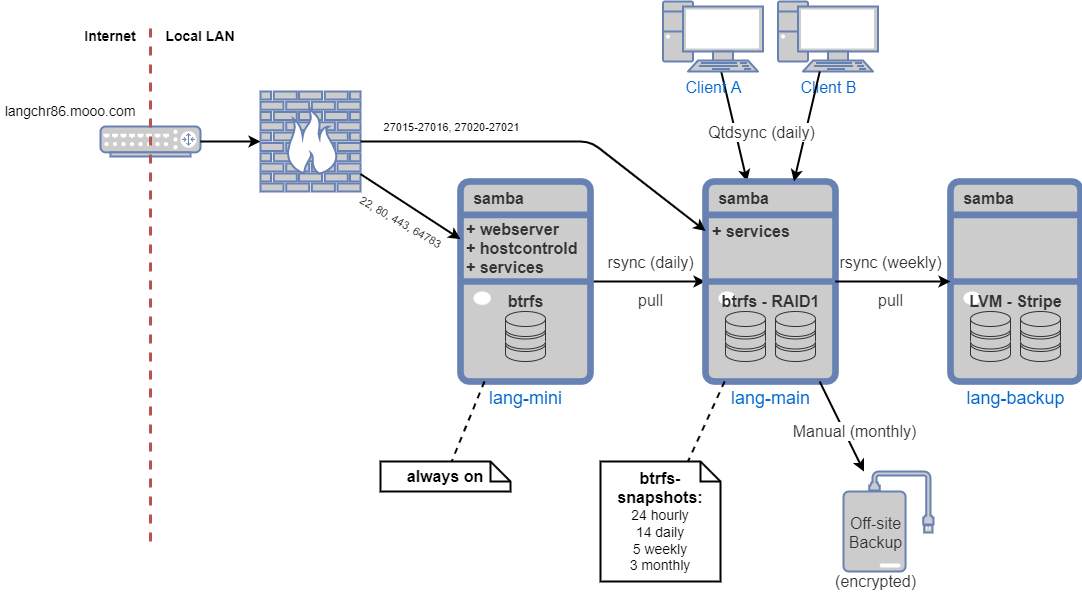
The draw.io diagram docs/images/infrastructure_overview.png in langchr86/server-config, before a commit. Source tidied: cells renumbered, new cells last; positions are measured from the earlier drawing's top-left corner, leaving out a move shared by most shapes.
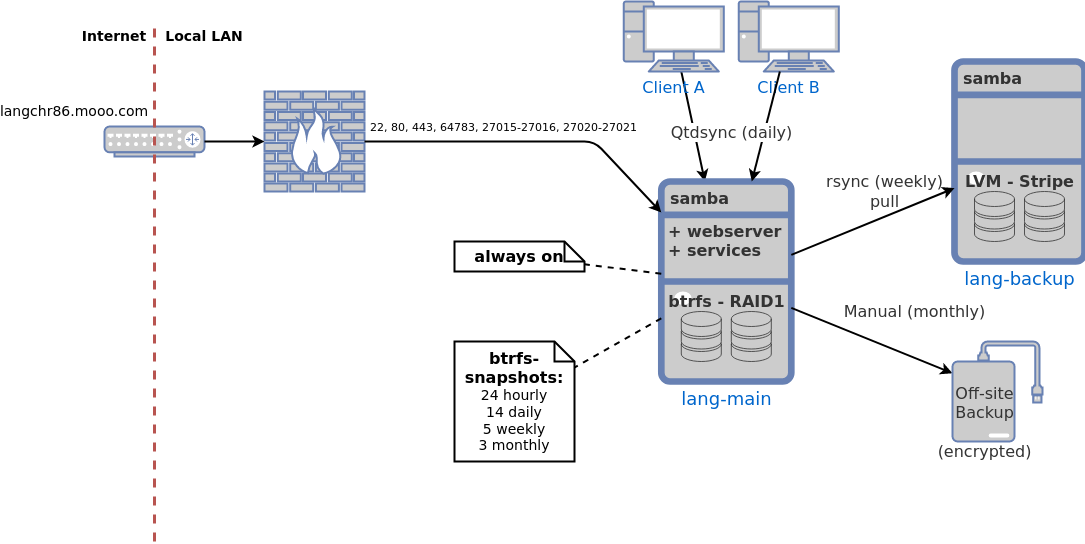
After the change.

Commit message:
- remove everything left from lang-mini

Change to the diagram source:
```diff
@@ -2,83 +2,62 @@
   <root>
     <mxCell id="0" />
     <mxCell id="1" parent="0" />
-    <mxCell id="2" value="rsync (daily)&lt;br&gt;&lt;br&gt;pull" style="endArrow=classic;html=1;fontSize=16;fontColor=#333333;strokeWidth=2;labelBackgroundColor=none;" parent="1" edge="1" source="22" target="6">
-      <mxGeometry x="0.04" relative="1" as="geometry" />
-    </mxCell>
     <mxCell id="3" style="endArrow=classic;html=1;strokeWidth=2;fontSize=16;fontColor=#333333;" parent="1" edge="1" source="4" target="6">
       <mxGeometry relative="1" as="geometry" />
     </mxCell>
     <mxCell id="4" value="Client A" style="fontColor=#0066CC;verticalAlign=top;verticalLabelPosition=bottom;labelPosition=center;align=center;html=1;outlineConnect=0;fillColor=#CCCCCC;strokeColor=#6881B3;gradientColor=none;gradientDirection=north;strokeWidth=2;shape=mxgraph.networks.pc;fontSize=16;" parent="1" vertex="1">
-      <mxGeometry x="662.5" width="100" height="70" as="geometry" />
+      <mxGeometry x="619.3" width="100" height="70" as="geometry" />
     </mxCell>
     <mxCell id="5" value="Client B" style="fontColor=#0066CC;verticalAlign=top;verticalLabelPosition=bottom;labelPosition=center;align=center;html=1;outlineConnect=0;fillColor=#CCCCCC;strokeColor=#6881B3;gradientColor=none;gradientDirection=north;strokeWidth=2;shape=mxgraph.networks.pc;fontSize=16;" parent="1" vertex="1">
-      <mxGeometry x="777.5" width="100" height="70" as="geometry" />
+      <mxGeometry x="734.3" width="100" height="70" as="geometry" />
     </mxCell>
     <mxCell id="6" value="&lt;font style=&quot;font-size: 18px&quot;&gt;lang-main&lt;/font&gt;" style="fontColor=#0066CC;verticalAlign=top;verticalLabelPosition=bottom;labelPosition=center;align=center;html=1;outlineConnect=0;fillColor=#CCCCCC;strokeColor=#6881B3;gradientColor=none;gradientDirection=north;strokeWidth=2;shape=mxgraph.networks.desktop_pc;" parent="1" vertex="1">
-      <mxGeometry x="705" y="180" width="130" height="200" as="geometry" />
+      <mxGeometry x="656.8" y="180" width="130" height="200" as="geometry" />
     </mxCell>
     <mxCell id="7" style="fontColor=#333333;verticalAlign=top;verticalLabelPosition=bottom;labelPosition=center;align=center;html=1;fillColor=#CCCCCC;strokeColor=#333333;gradientColor=none;gradientDirection=north;strokeWidth=4;shape=mxgraph.networks.storage;labelBackgroundColor=none;" parent="1" vertex="1">
-      <mxGeometry x="775" y="310" width="40" height="50" as="geometry" />
+      <mxGeometry x="726.8" y="310" width="40" height="50" as="geometry" />
     </mxCell>
     <mxCell id="8" style="fontColor=#333333;verticalAlign=top;verticalLabelPosition=bottom;labelPosition=center;align=center;html=1;fillColor=#CCCCCC;strokeColor=#333333;gradientColor=none;gradientDirection=north;strokeWidth=4;shape=mxgraph.networks.storage;labelBackgroundColor=none;" parent="1" vertex="1">
-      <mxGeometry x="725" y="310" width="40" height="50" as="geometry" />
+      <mxGeometry x="676.8" y="310" width="40" height="50" as="geometry" />
     </mxCell>
     <mxCell id="9" value="btrfs - RAID1" style="text;html=1;align=center;verticalAlign=middle;fontSize=16;fontColor=#333333;fontStyle=1;" parent="1" vertex="1">
-      <mxGeometry x="715" y="290" width="110" height="20" as="geometry" />
+      <mxGeometry x="666.8" y="290" width="110" height="20" as="geometry" />
     </mxCell>
-    <mxCell id="10" style="fontColor=#0066CC;verticalAlign=top;verticalLabelPosition=bottom;labelPosition=center;align=center;html=1;outlineConnect=0;fillColor=#CCCCCC;strokeColor=#6881B3;gradientColor=none;gradientDirection=north;strokeWidth=2;shape=mxgraph.networks.external_storage;labelBackgroundColor=none;" parent="1" vertex="1">
-      <mxGeometry x="843" y="470" width="90" height="100" as="geometry" />
-    </mxCell>
-    <mxCell id="11" value="Off-site&lt;br&gt;Backup&lt;br&gt;&lt;br&gt;(encrypted)" style="text;html=1;align=center;verticalAlign=middle;fontSize=16;fontColor=#333333;" parent="1" vertex="1">
-      <mxGeometry x="825" y="511" width="100" height="80" as="geometry" />
-    </mxCell>
     <mxCell id="12" value="Manual (monthly)" style="endArrow=classic;html=1;fontSize=16;fontColor=#333333;strokeWidth=2;" parent="1" edge="1" source="6" target="10">
-      <mxGeometry x="0.2" y="9" relative="1" as="geometry" />
+      <mxGeometry x="0.33" y="43" relative="1" as="geometry" />
     </mxCell>
     <mxCell id="13" style="endArrow=classic;html=1;strokeWidth=2;fontSize=16;fontColor=#333333;" parent="1" edge="1" source="5" target="6">
       <mxGeometry relative="1" as="geometry" />
     </mxCell>
     <mxCell id="14" value="Qtdsync (daily)" style="text;html=1;align=center;verticalAlign=middle;labelBackgroundColor=#ffffff;fontSize=16;fontColor=#333333;" parent="13" vertex="1">
       <mxGeometry x="-0.32" y="3" relative="1" as="geometry">
-        <mxPoint x="-53" y="23" as="offset" />
+        <mxPoint x="-42" y="23" as="offset" />
       </mxGeometry>
     </mxCell>
     <mxCell id="15" value="&lt;font style=&quot;font-size: 16px&quot;&gt;&lt;b&gt;btrfs-snapshots:&lt;/b&gt;&lt;/font&gt;&lt;br&gt;24 hourly&lt;br&gt;14 daily&lt;br&gt;5 weekly&lt;br&gt;3 monthly" style="shape=note;strokeWidth=2;fontSize=14;size=20;whiteSpace=wrap;html=1;labelBackgroundColor=none;" parent="1" vertex="1">
-      <mxGeometry x="600" y="460" width="120" height="120" as="geometry" />
+      <mxGeometry x="450" y="340" width="120" height="120" as="geometry" />
     </mxCell>
     <mxCell id="16" style="endArrow=none;dashed=1;html=1;strokeWidth=2;fontSize=16;fontColor=#333333;" parent="1" edge="1" source="6" target="15">
       <mxGeometry relative="1" as="geometry" />
     </mxCell>
     <mxCell id="17" value="&lt;font style=&quot;font-size: 18px&quot;&gt;lang-backup&lt;/font&gt;" style="fontColor=#0066CC;verticalAlign=top;verticalLabelPosition=bottom;labelPosition=center;align=center;html=1;outlineConnect=0;fillColor=#CCCCCC;strokeColor=#6881B3;gradientColor=none;gradientDirection=north;strokeWidth=2;shape=mxgraph.networks.desktop_pc;" parent="1" vertex="1">
-      <mxGeometry x="950" y="180" width="130" height="200" as="geometry" />
+      <mxGeometry x="950" y="60" width="130" height="200" as="geometry" />
     </mxCell>
     <mxCell id="18" style="fontColor=#333333;verticalAlign=top;verticalLabelPosition=bottom;labelPosition=center;align=center;html=1;fillColor=#CCCCCC;strokeColor=#333333;gradientColor=none;gradientDirection=north;strokeWidth=4;shape=mxgraph.networks.storage;labelBackgroundColor=none;" parent="1" vertex="1">
-      <mxGeometry x="1020" y="310" width="40" height="50" as="geometry" />
+      <mxGeometry x="1020" y="190" width="40" height="50" as="geometry" />
     </mxCell>
     <mxCell id="19" style="fontColor=#333333;verticalAlign=top;verticalLabelPosition=bottom;labelPosition=center;align=center;html=1;fillColor=#CCCCCC;strokeColor=#333333;gradientColor=none;gradientDirection=north;strokeWidth=4;shape=mxgraph.networks.storage;labelBackgroundColor=none;" parent="1" vertex="1">
-      <mxGeometry x="970" y="310" width="40" height="50" as="geometry" />
+      <mxGeometry x="970" y="190" width="40" height="50" as="geometry" />
     </mxCell>
     <mxCell id="20" value="LVM - Stripe" style="text;html=1;align=center;verticalAlign=middle;fontSize=16;fontColor=#333333;fontStyle=1;" parent="1" vertex="1">
-      <mxGeometry x="960" y="290" width="110" height="20" as="geometry" />
+      <mxGeometry x="960" y="170" width="110" height="20" as="geometry" />
     </mxCell>
-    <mxCell id="21" value="rsync (weekly)&lt;br&gt;&lt;br&gt;pull" style="endArrow=classic;html=1;fontSize=16;fontColor=#333333;strokeWidth=2;labelBackgroundColor=none;" parent="1" edge="1" source="6" target="17">
-      <mxGeometry x="-0.04" relative="1" as="geometry" />
+    <mxCell id="21" value="rsync (weekly)&lt;br&gt;pull" style="endArrow=classic;html=1;fontSize=16;fontColor=#333333;strokeWidth=2;labelBackgroundColor=none;" parent="1" edge="1" source="6" target="17">
+      <mxGeometry x="0.25" y="23" relative="1" as="geometry" />
     </mxCell>
-    <mxCell id="22" value="&lt;font style=&quot;font-size: 18px&quot;&gt;lang-mini&lt;/font&gt;" style="fontColor=#0066CC;verticalAlign=top;verticalLabelPosition=bottom;labelPosition=center;align=center;html=1;outlineConnect=0;fillColor=#CCCCCC;strokeColor=#6881B3;gradientColor=none;gradientDirection=north;strokeWidth=2;shape=mxgraph.networks.desktop_pc;" parent="1" vertex="1">
-      <mxGeometry x="460" y="180" width="130" height="200" as="geometry" />
-    </mxCell>
-    <mxCell id="23" style="fontColor=#333333;verticalAlign=top;verticalLabelPosition=bottom;labelPosition=center;align=center;html=1;fillColor=#CCCCCC;strokeColor=#333333;gradientColor=none;gradientDirection=north;strokeWidth=4;shape=mxgraph.networks.storage;labelBackgroundColor=none;" parent="1" vertex="1">
-      <mxGeometry x="505" y="310" width="40" height="50" as="geometry" />
-    </mxCell>
-    <mxCell id="24" value="btrfs" style="text;html=1;align=center;verticalAlign=middle;fontSize=16;fontColor=#333333;fontStyle=1;" parent="1" vertex="1">
-      <mxGeometry x="500" y="290" width="50" height="20" as="geometry" />
-    </mxCell>
     <mxCell id="25" value="samba" style="text;html=1;align=center;verticalAlign=middle;fontSize=16;fontColor=#333333;fontStyle=1;" parent="1" vertex="1">
-      <mxGeometry x="953" y="187" width="70" height="20" as="geometry" />
+      <mxGeometry x="953" y="67" width="70" height="20" as="geometry" />
     </mxCell>
-    <mxCell id="26" value="+ webserver&lt;br&gt;+ hostcontrold&lt;br&gt;+ services" style="text;html=1;align=left;verticalAlign=top;fontSize=16;fontColor=#333333;fontStyle=1;labelPosition=center;verticalLabelPosition=middle;" parent="1" vertex="1">
-      <mxGeometry x="464" y="212" width="130" height="60" as="geometry" />
-    </mxCell>
     <mxCell id="27" style="fontColor=#0066CC;verticalAlign=top;verticalLabelPosition=bottom;labelPosition=center;align=center;html=1;outlineConnect=0;fillColor=#CCCCCC;strokeColor=#6881B3;gradientColor=none;gradientDirection=north;strokeWidth=2;shape=mxgraph.networks.router;" parent="1" vertex="1">
       <mxGeometry x="100" y="125" width="100" height="30" as="geometry" />
     </mxCell>
@@ -95,32 +74,21 @@
         </Array>
       </mxGeometry>
     </mxCell>
-    <mxCell id="31" value="27015-27016, 27020-27021" style="edgeLabel;html=1;align=center;verticalAlign=middle;" parent="30" vertex="1">
+    <mxCell id="31" value="22, 80, 443, 64783, 27015-27016, 27020-27021" style="edgeLabel;html=1;align=center;verticalAlign=middle;" parent="30" vertex="1">
       <mxGeometry x="-0.69" y="4" relative="1" as="geometry">
-        <mxPoint x="32" y="-11" as="offset" />
+        <mxPoint x="87" y="-11" as="offset" />
       </mxGeometry>
     </mxCell>
-    <mxCell id="32" style="endArrow=classic;html=1;fontSize=16;fontColor=#333333;strokeWidth=2;labelBackgroundColor=none;" parent="1" edge="1" source="28" target="22">
-      <mxGeometry x="-0.65" y="-70" relative="1" as="geometry" />
-    </mxCell>
-    <mxCell id="33" value="22, 80, 443, 64783" style="edgeLabel;html=1;align=center;verticalAlign=middle;rotation=30;" parent="32" vertex="1">
-      <mxGeometry x="-0.3" relative="1" as="geometry">
-        <mxPoint x="5" y="25" as="offset" />
-      </mxGeometry>
-    </mxCell>
-    <mxCell id="34" value="+&amp;nbsp;services" style="text;html=1;align=left;verticalAlign=top;fontSize=16;fontColor=#333333;fontStyle=1;labelPosition=center;verticalLabelPosition=middle;" parent="1" vertex="1">
-      <mxGeometry x="710" y="214" width="90" height="20" as="geometry" />
+    <mxCell id="34" value="+ webserver&lt;br&gt;+&amp;nbsp;services" style="text;html=1;align=left;verticalAlign=top;fontSize=16;fontColor=#333333;fontStyle=1;labelPosition=center;verticalLabelPosition=middle;" parent="1" vertex="1">
+      <mxGeometry x="661.8" y="214" width="130" height="40" as="geometry" />
     </mxCell>
     <mxCell id="35" value="samba" style="text;html=1;align=center;verticalAlign=middle;fontSize=16;fontColor=#333333;fontStyle=1;" parent="1" vertex="1">
-      <mxGeometry x="708" y="187" width="70" height="20" as="geometry" />
+      <mxGeometry x="659.8" y="187" width="70" height="20" as="geometry" />
     </mxCell>
-    <mxCell id="36" value="samba" style="text;html=1;align=center;verticalAlign=middle;fontSize=16;fontColor=#333333;fontStyle=1;" parent="1" vertex="1">
-      <mxGeometry x="463" y="187" width="70" height="20" as="geometry" />
-    </mxCell>
     <mxCell id="37" value="&lt;span style=&quot;font-size: 16px&quot;&gt;&lt;b&gt;always on&lt;/b&gt;&lt;/span&gt;" style="shape=note;strokeWidth=2;fontSize=14;size=20;whiteSpace=wrap;html=1;labelBackgroundColor=none;" parent="1" vertex="1">
-      <mxGeometry x="380" y="460" width="130" height="30" as="geometry" />
+      <mxGeometry x="450" y="240" width="130" height="30" as="geometry" />
     </mxCell>
-    <mxCell id="38" style="endArrow=none;dashed=1;html=1;strokeWidth=2;fontSize=16;fontColor=#333333;" parent="1" edge="1" source="22" target="37">
+    <mxCell id="38" style="endArrow=none;dashed=1;html=1;strokeWidth=2;fontSize=16;fontColor=#333333;" parent="1" edge="1" source="6" target="37">
       <mxGeometry relative="1" as="geometry" />
     </mxCell>
     <mxCell id="39" style="endArrow=none;dashed=1;html=1;rounded=0;strokeWidth=3;fillColor=#f8cecc;strokeColor=#b85450;" parent="1" edge="1">
@@ -138,5 +106,14 @@
     <mxCell id="42" value="langchr86.mooo.com" style="text;html=1;strokeColor=none;fillColor=none;align=center;verticalAlign=middle;whiteSpace=wrap;rounded=0;fontSize=14;" parent="1" vertex="1">
       <mxGeometry y="95" width="140" height="30" as="geometry" />
     </mxCell>
+    <mxCell id="43" style="group;" parent="1" vertex="1">
+      <mxGeometry x="930" y="340" width="108" height="121" as="geometry" />
+    </mxCell>
+    <mxCell id="10" style="fontColor=#0066CC;verticalAlign=top;verticalLabelPosition=bottom;labelPosition=center;align=center;html=1;outlineConnect=0;fillColor=#CCCCCC;strokeColor=#6881B3;gradientColor=none;gradientDirection=north;strokeWidth=2;shape=mxgraph.networks.external_storage;labelBackgroundColor=none;" parent="43" vertex="1">
+      <mxGeometry x="18" width="90" height="100" as="geometry" />
+    </mxCell>
+    <mxCell id="11" value="Off-site&lt;br&gt;Backup&lt;br&gt;&lt;br&gt;(encrypted)" style="text;html=1;align=center;verticalAlign=middle;fontSize=16;fontColor=#333333;" parent="43" vertex="1">
+      <mxGeometry y="41" width="100" height="80" as="geometry" />
+    </mxCell>
   </root>
 </mxGraphModel>
```
